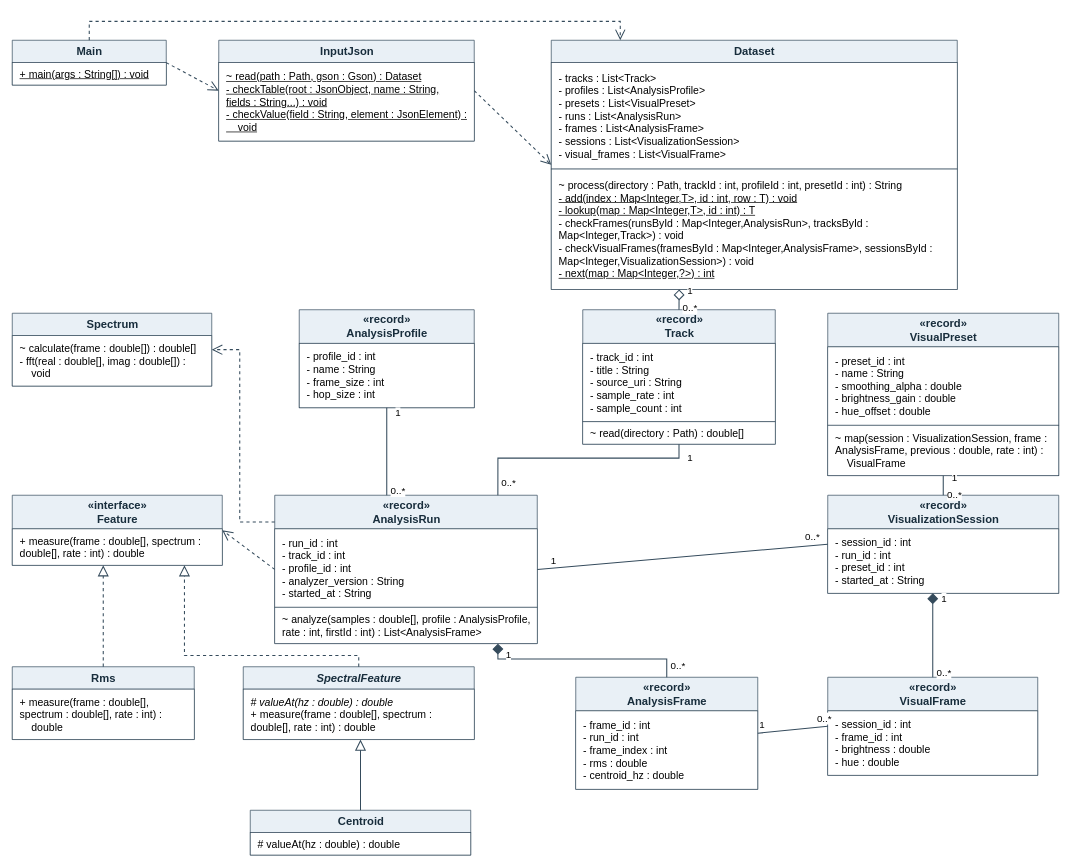
The draw.io diagram models/classes.drawio in mariikkkk/ar-music-visualizer, before the edit. Source tidied: cells renumbered, new cells numbered last; positions are measured from the earlier drawing's top-left corner, leaving out a move shared by most shapes. Both pictures are drawn from the tidied source at 70%, with x=0, y=0 at pixel (12, 21).
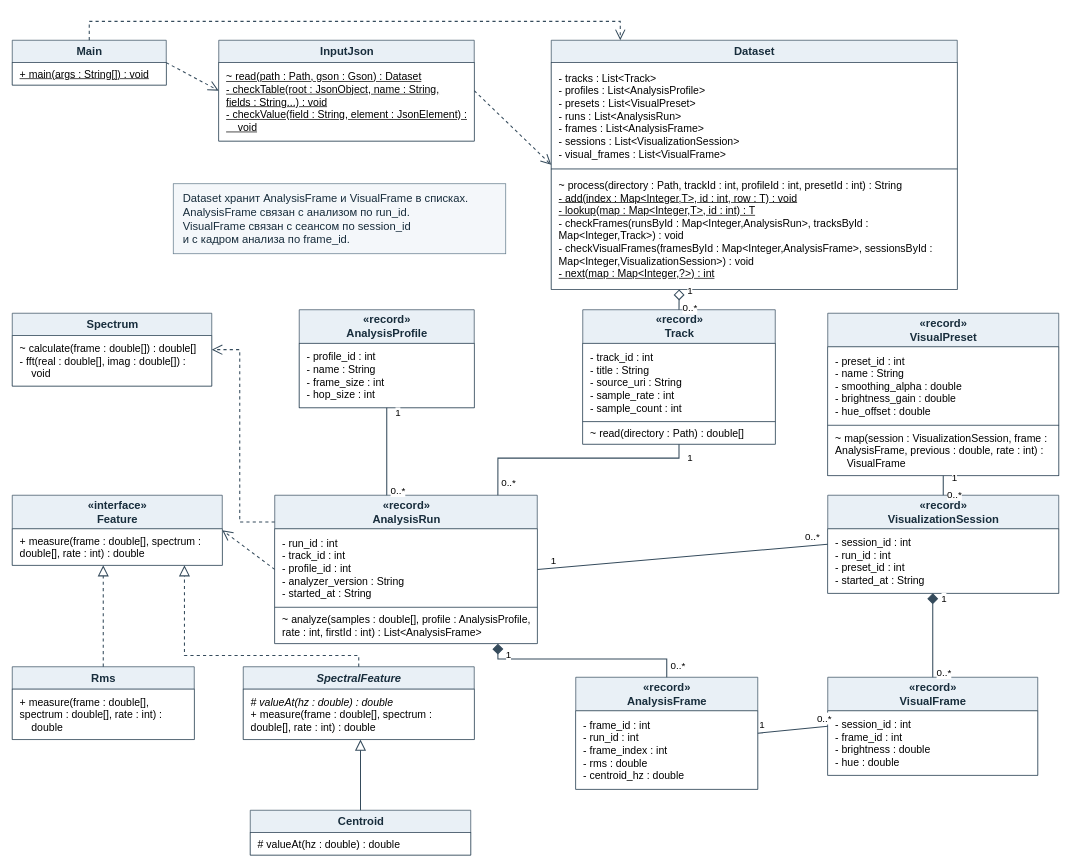
The same page after the edit.

Commit message (it also covers changes not shown here):
Пояснено хранение кадров и связи по ID на UML (review #3)

Diff of the diagram source:
```diff
@@
+    <mxCell id="68" value="Dataset хранит AnalysisFrame и VisualFrame в списках.&lt;br&gt;AnalysisFrame связан с анализом по run_id.&lt;br&gt;VisualFrame связан с сеансом по session_id&lt;br&gt;и с кадром анализа по frame_id." style="rounded=0;html=1;align=left;verticalAlign=middle;spacingLeft=12;fontFamily=Arial;fontSize=16;fillColor=#F4F7FA;strokeColor=#607789;fontColor=#182D3C;" parent="1" vertex="1">
+      <mxGeometry x="230" y="232" width="475" height="100" as="geometry" />
+    </mxCell>
```
